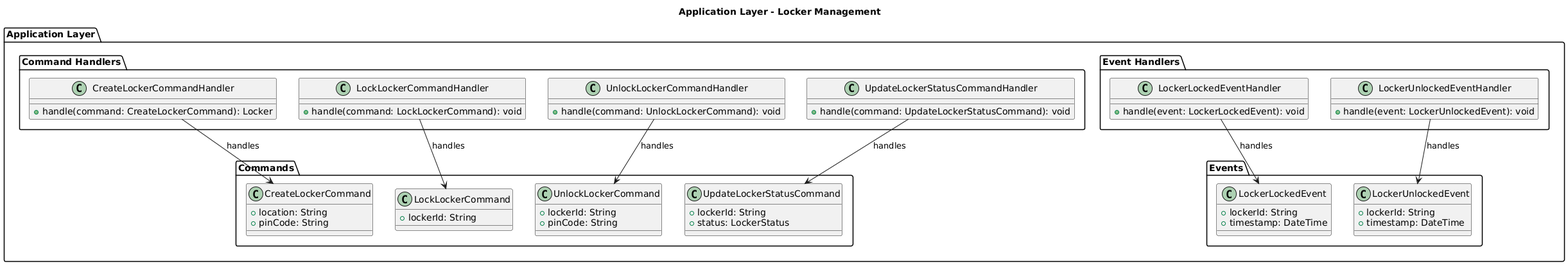
TechZo-1ASI0572-2942/Report keeps this PlantUML diagram as Resources/Chapter-IV/Tactical-Level-Domain-Driven-Design/bounded_locker_application_layer.png. Above is the earlier version.
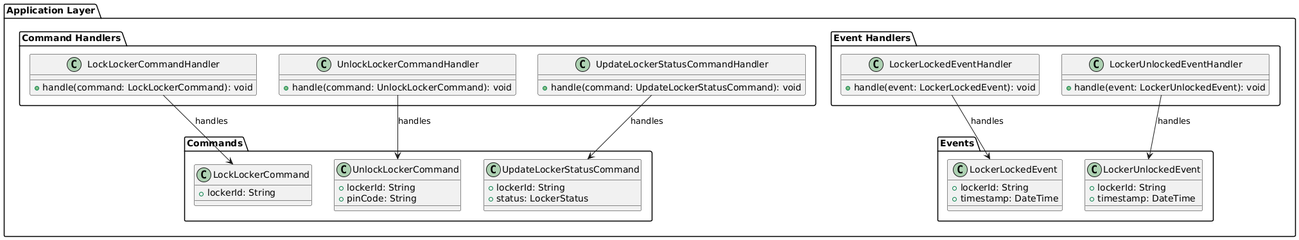
After the commit.

Commit message:
docs: adjust bounded context exchange and locker sections

The edit, as a diff of the source:
```diff
@@ -1,13 +1,7 @@
 @startuml
-title Application Layer - Locker Management
-
 package "Application Layer" {
 
     package "Commands" {
-        class CreateLockerCommand {
-            + location: String
-            + pinCode: String
-        }
 
         class LockLockerCommand {
             + lockerId: String
@@ -25,9 +19,6 @@
     }
 
     package "Command Handlers" {
-        class CreateLockerCommandHandler {
-            + handle(command: CreateLockerCommand): Locker
-        }
 
         class LockLockerCommandHandler {
             + handle(command: LockLockerCommand): void
@@ -64,7 +55,6 @@
         }
     }
 
-    CreateLockerCommandHandler --> CreateLockerCommand : handles
     LockLockerCommandHandler --> LockLockerCommand : handles
     UnlockLockerCommandHandler --> UnlockLockerCommand : handles
     UpdateLockerStatusCommandHandler --> UpdateLockerStatusCommand : handles
```
